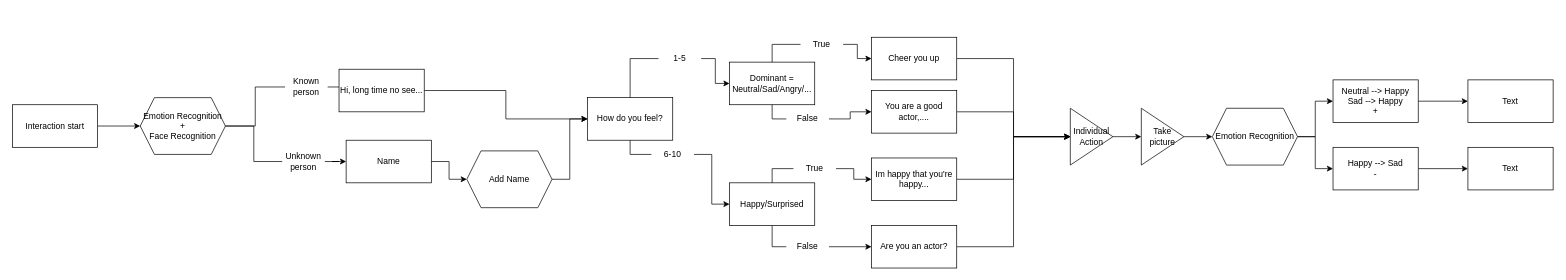
Before: dialog.drawio in Volpix28/NAOsolutions, a draw.io diagram. Source tidied: cells renumbered, new cells numbered last; positions are measured from the earlier drawing's top-left corner, leaving out a move shared by most shapes. Both pictures are drawn from the tidied source at 71%, with x=0, y=0 at pixel (12, 33).
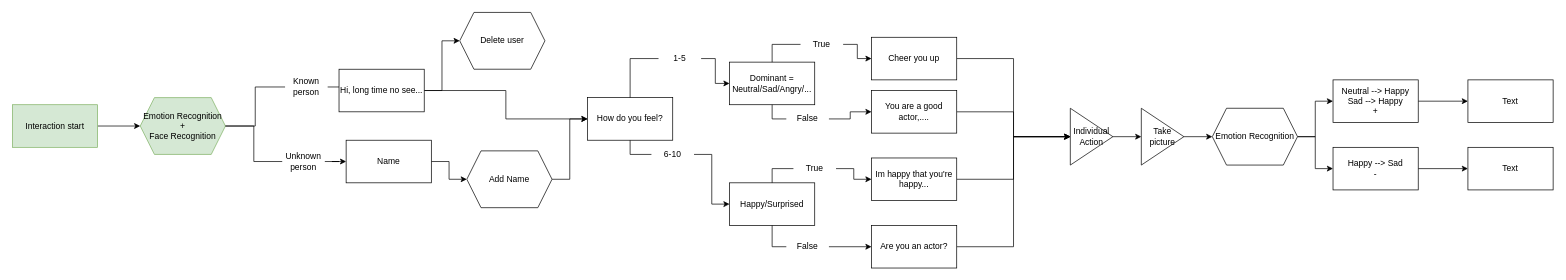
The same page after the edit.

Unchanged cells that the change refers to:
```xml
<mxCell id="8" value="Hi, long time no see..." style="rounded=0;whiteSpace=wrap;html=1;" parent="1" vertex="1">
  <mxGeometry x="460" y="50" width="120" height="60" as="geometry" />
</mxCell>
```

The edit, as a diff of the source:
```diff
@@
-    <mxCell id="3" value="Interaction start" style="rounded=0;whiteSpace=wrap;html=1;" parent="1" vertex="1">
+    <mxCell id="3" value="Interaction start" style="rounded=0;whiteSpace=wrap;html=1;fillColor=#d5e8d4;strokeColor=#82b366;" parent="1" vertex="1">
       <mxGeometry y="100" width="120" height="60" as="geometry" />
     </mxCell>
@@
-    <mxCell id="6" value="Emotion Recognition +&lt;br&gt;Face Recognition" style="shape=hexagon;perimeter=hexagonPerimeter2;whiteSpace=wrap;html=1;fixedSize=1;" parent="1" vertex="1">
+    <mxCell id="6" value="Emotion Recognition +&lt;br&gt;Face Recognition" style="shape=hexagon;perimeter=hexagonPerimeter2;whiteSpace=wrap;html=1;fixedSize=1;fillColor=#d5e8d4;strokeColor=#82b366;" parent="1" vertex="1">
       <mxGeometry x="180" y="90" width="120" height="80" as="geometry" />
     </mxCell>
@@
+    <mxCell id="59" style="edgeStyle=orthogonalEdgeStyle;rounded=0;jettySize=auto;html=1;entryX=0;entryY=0.5;entryDx=0;entryDy=0;fontColor=#FF0000;" parent="1" edge="1" source="8" target="60">
+      <mxGeometry relative="1" as="geometry" />
+    </mxCell>
@@
+    <mxCell id="60" value="&lt;font color=&quot;#000000&quot;&gt;Delete user&lt;/font&gt;" style="shape=hexagon;perimeter=hexagonPerimeter2;whiteSpace=wrap;html=1;fixedSize=1;fontColor=#FF0000;" parent="1" vertex="1">
+      <mxGeometry x="630" y="-30" width="120" height="80" as="geometry" />
+    </mxCell>
```
